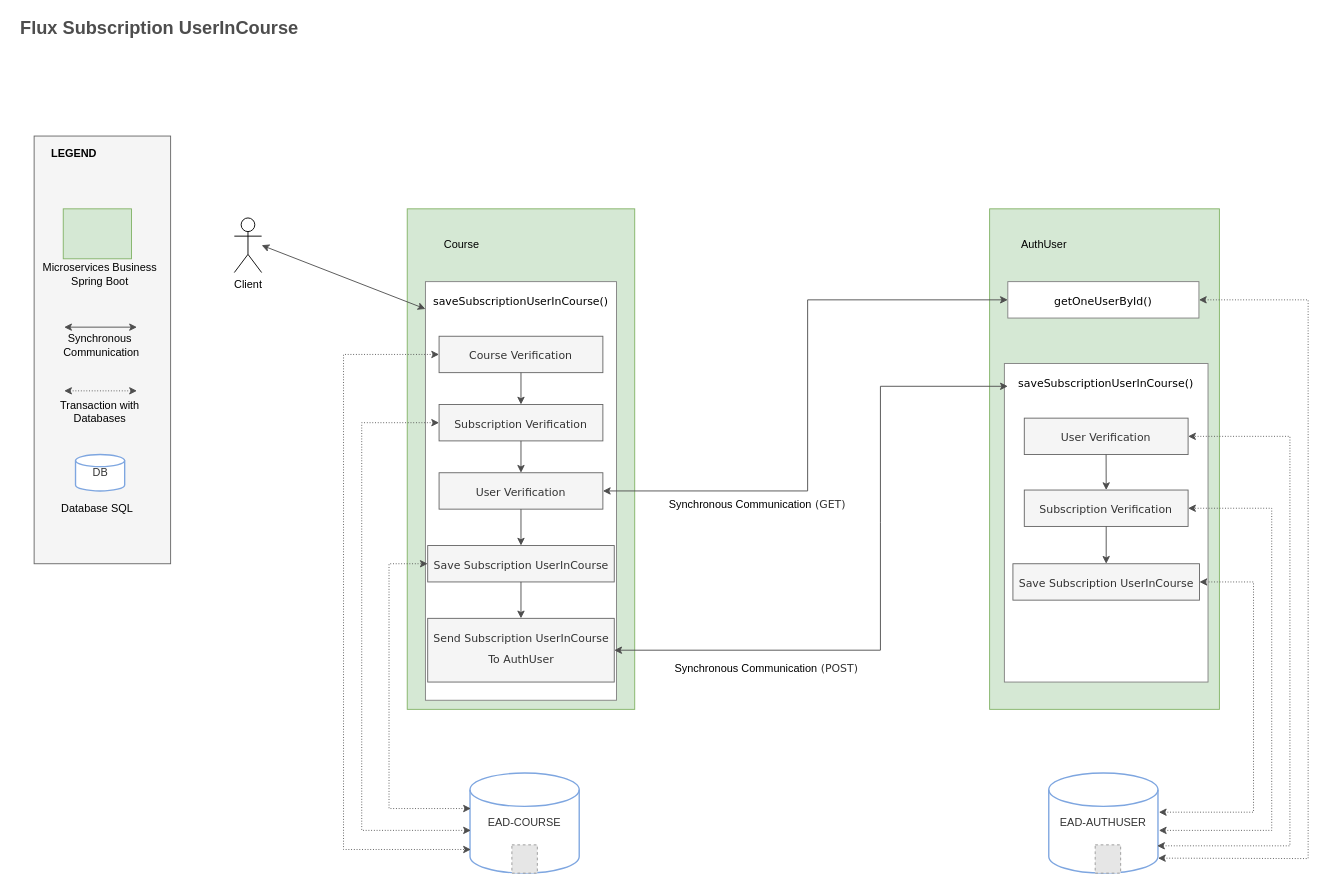
The draw.io diagram page "Flux-Subscription-UserInCourse" (2 of 5) of documents/EAD-Arquitetura-Microservices.drawio in BrunoGago/EAD, before the edit. Source tidied: cells renumbered, new cells numbered last; positions are measured from the earlier drawing's top-left corner, leaving out a move shared by most shapes. Both pictures are drawn from the tidied source at 91%, with x=0, y=0 at pixel (15, 17). Pictures stored in the file or linked from it are replaced by grey dashed boxes.
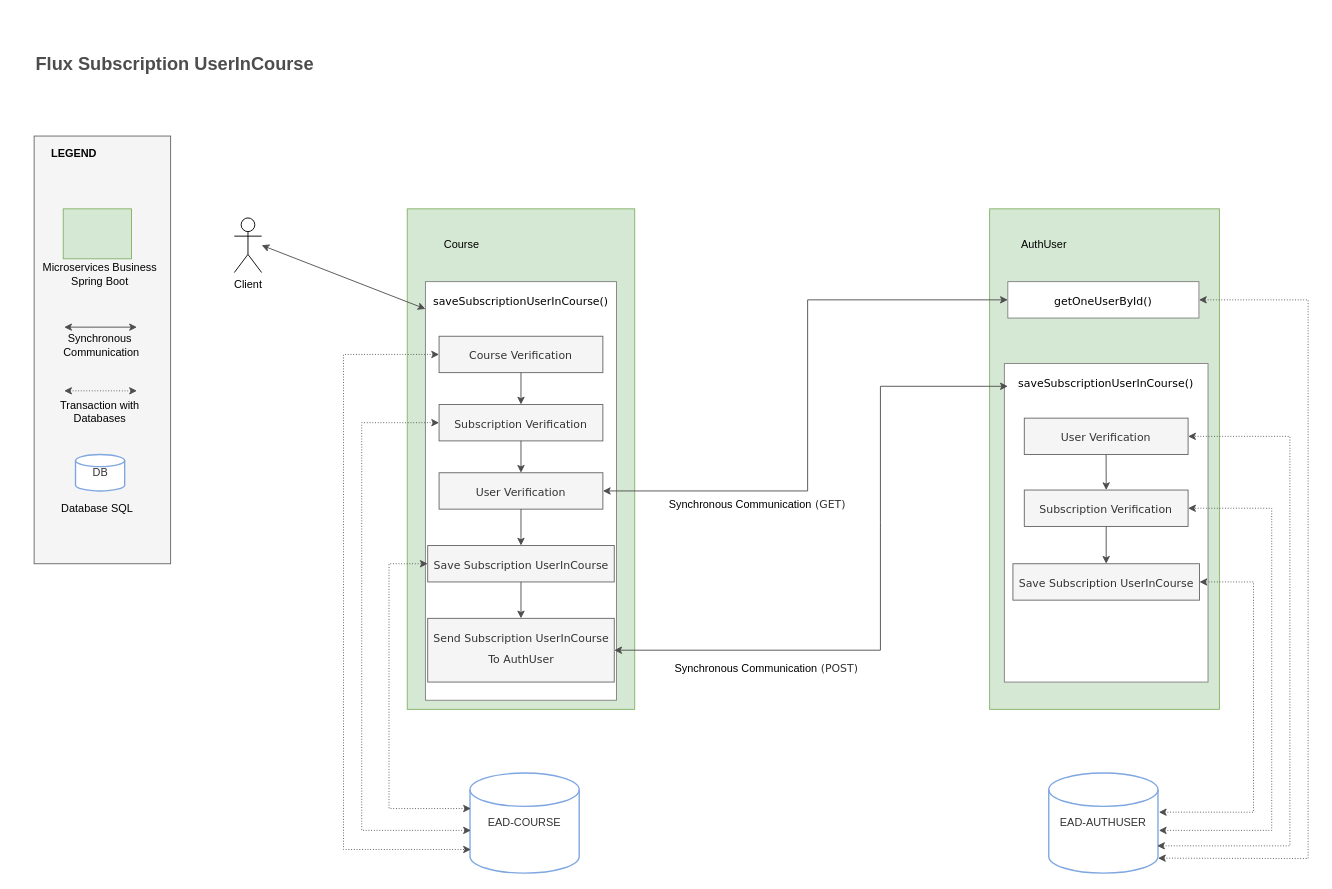
The same diagram, later.

The edit, as a diff of the source:
```diff
@@
     <mxCell id="48" value="&lt;b&gt;&lt;font color=&quot;#4d4d4d&quot;&gt;Flux Subscription UserInCourse&lt;/font&gt;&lt;/b&gt;" style="text;html=1;strokeColor=none;fillColor=none;align=left;verticalAlign=middle;whiteSpace=wrap;rounded=0;fontSize=20;fontColor=#333333;" parent="1" vertex="1">
-      <mxGeometry x="3" width="340" height="20" as="geometry" />
+      <mxGeometry x="20" y="40" width="340" height="20" as="geometry" />
     </mxCell>
-    <mxCell id="49" style="fillColor=#E6E6E6;strokeColor=#999999;dashed=1;verticalLabelPosition=bottom;labelBackgroundColor=#ffffff;verticalAlign=top;" parent="1" vertex="1">
-      <mxGeometry x="545" y="908.9" width="28" height="31.1" as="geometry" />
-    </mxCell>
-    <mxCell id="50" style="fillColor=#E6E6E6;strokeColor=#999999;dashed=1;verticalLabelPosition=bottom;labelBackgroundColor=#ffffff;verticalAlign=top;" parent="1" vertex="1">
-      <mxGeometry x="1186" y="908.9" width="28" height="31.1" as="geometry" />
-    </mxCell>
```
